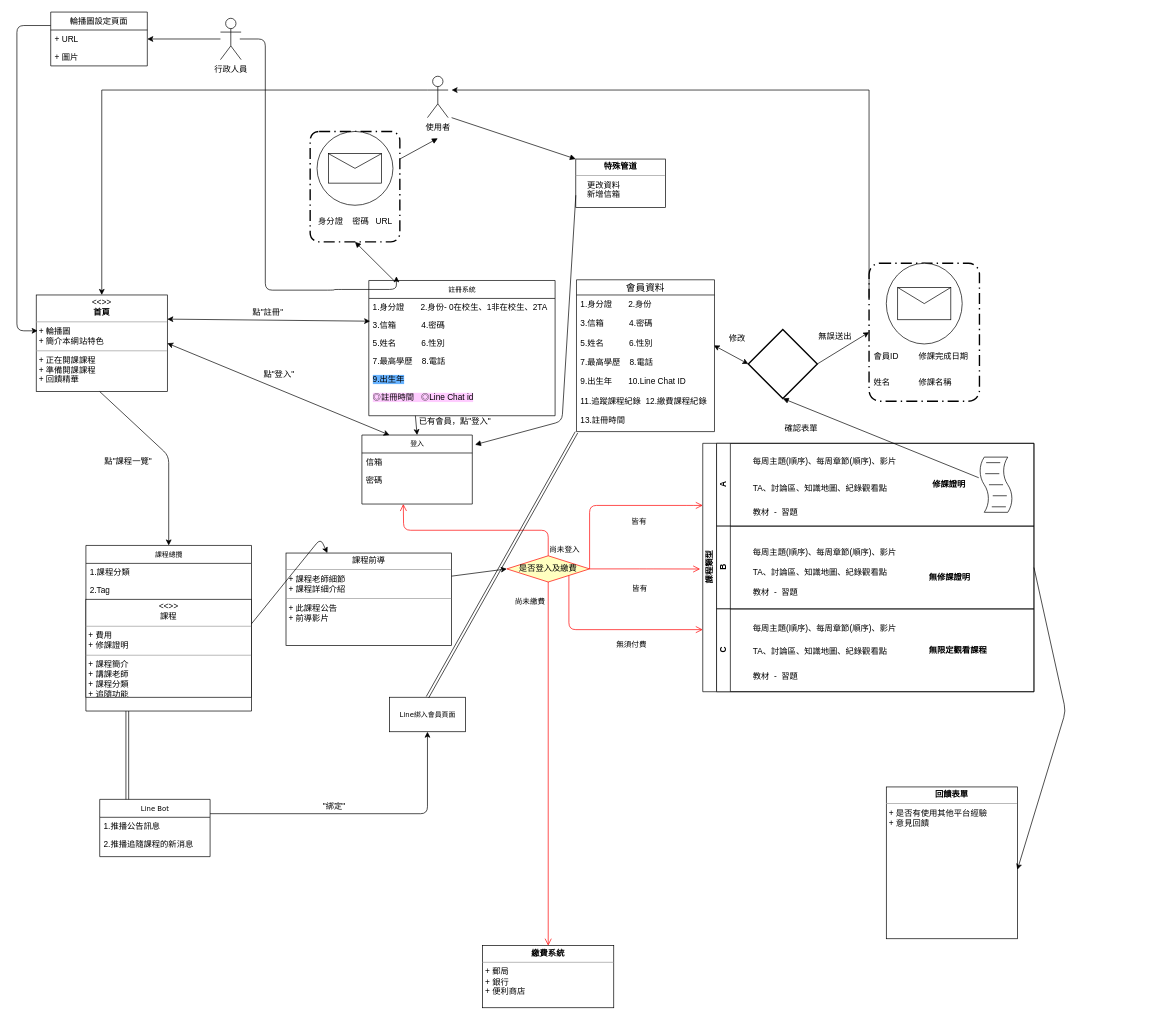
This is nthu_cloud.drawio from bloodangle/fisrt, a draw.io file, before an edit. Source tidied: cells renumbered, new cells numbered last; positions are measured from the earlier drawing's top-left corner, leaving out a move shared by most shapes. Both pictures are drawn from the tidied source at 69%, with x=0, y=0 at pixel (17, 12).
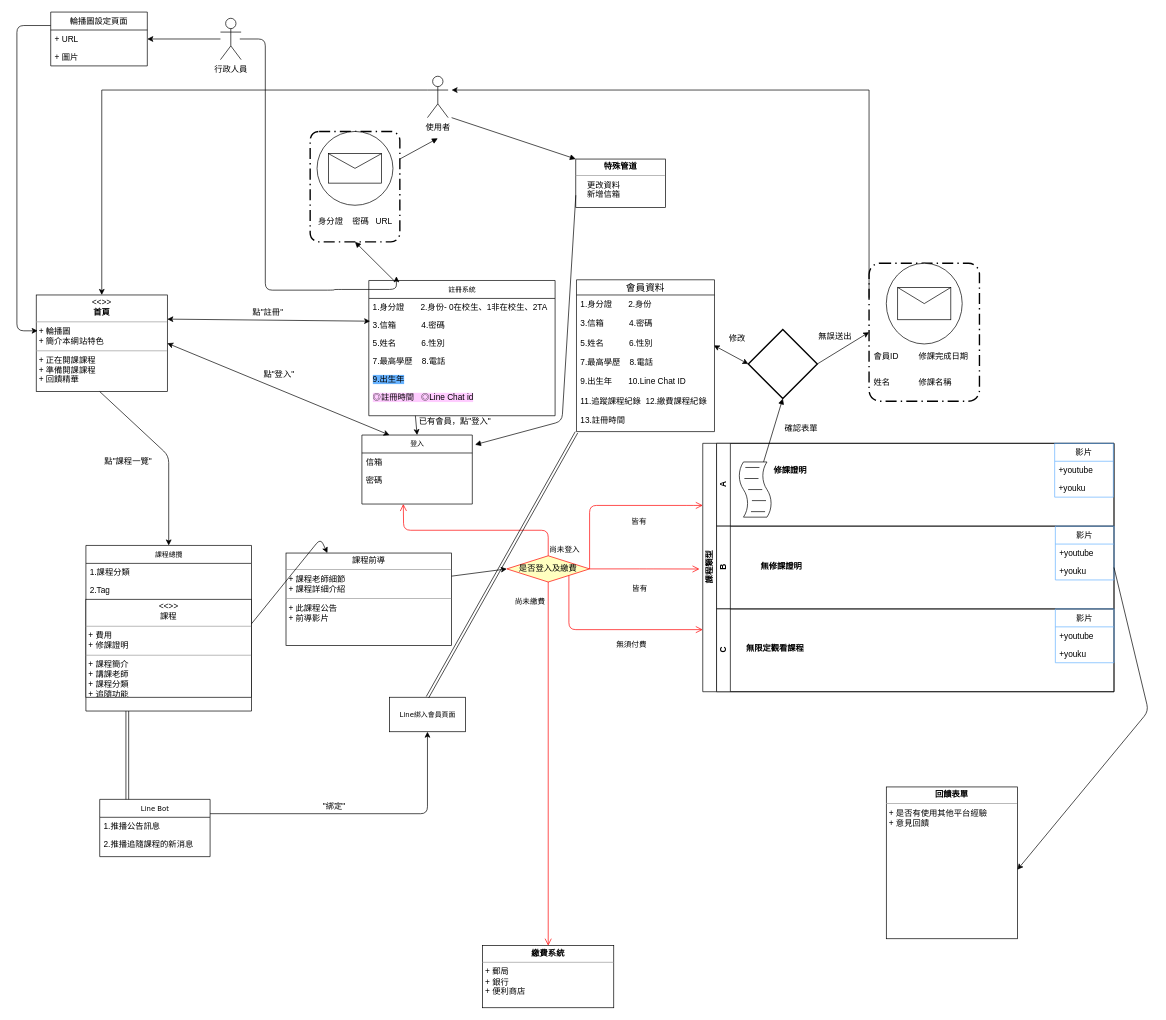
The same diagram, later.

Unchanged cells that the change refers to:
```xml
<mxCell id="16" value="&lt;p style=&quot;margin: 0px ; margin-top: 4px ; text-align: center&quot;&gt;&lt;b&gt;回饋表單&lt;/b&gt;&lt;/p&gt;&lt;hr size=&quot;1&quot;&gt;&lt;p style=&quot;margin: 0px ; margin-left: 4px&quot;&gt;+ 是否有使用其他平台經驗&lt;br&gt;+ 意見回饋&lt;/p&gt;" style="verticalAlign=top;align=left;overflow=fill;fontSize=12;fontFamily=Helvetica;html=1;rounded=0;shadow=0;comic=0;labelBackgroundColor=none;strokeColor=#000000;strokeWidth=1;fillColor=#ffffff;" parent="1" vertex="1">
  <mxGeometry x="1260" y="1123" width="190" height="220" as="geometry" />
</mxCell>
```

Change to the diagram source:
```diff
@@
     <mxCell id="33" value="課程類型&lt;br&gt;" style="swimlane;html=1;horizontal=0;startSize=20;" parent="1" vertex="1">
-      <mxGeometry x="994" y="625" width="480" height="360" as="geometry" />
+      <mxGeometry x="994" y="625" width="596" height="360" as="geometry" />
     </mxCell>
     <mxCell id="34" value="A" style="swimlane;html=1;startSize=20;horizontal=0;" parent="33" vertex="1">
-      <mxGeometry x="20" width="460" height="120" as="geometry" />
+      <mxGeometry x="20" width="576" height="120" as="geometry" />
     </mxCell>
-    <mxCell id="35" value="&lt;span&gt;每周主題(順序)、每周章節(順序)、影片&lt;/span&gt;" style="text;html=1;align=left;verticalAlign=top;spacingTop=-4;" parent="34" vertex="1">
-      <mxGeometry x="51" y="16" width="220" height="20" as="geometry" />
-    </mxCell>
-    <mxCell id="36" value="TA、討論區、知識地圖、紀錄觀看點" style="text;html=1;" parent="34" vertex="1">
-      <mxGeometry x="51" y="51" width="250" height="30" as="geometry" />
-    </mxCell>
-    <mxCell id="37" value="&lt;span&gt;教材&amp;nbsp; -&amp;nbsp; 習題&lt;/span&gt;" style="text;html=1;align=left;verticalAlign=top;spacingTop=-4;" parent="34" vertex="1">
-      <mxGeometry x="51" y="90.5" width="80" height="20" as="geometry" />
-    </mxCell>
     <mxCell id="38" style="shape=mxgraph.bpmn.script_task;html=1;outlineConnect=0;" parent="34" vertex="1">
-      <mxGeometry x="380" y="20" width="50" height="80" as="geometry" />
+      <mxGeometry x="31" y="27" width="50" height="80" as="geometry" />
     </mxCell>
     <mxCell id="39" value="&lt;b&gt;修課證明&lt;/b&gt;" style="text;html=1;align=left;verticalAlign=top;spacingTop=-4;" parent="34" vertex="1">
-      <mxGeometry x="310.5" y="50" width="60" height="20" as="geometry" />
+      <mxGeometry x="81" y="29.5" width="60" height="20" as="geometry" />
     </mxCell>
+    <mxCell id="95" value="影片" style="swimlane;fontStyle=0;horizontal=1;startSize=26;fillColor=none;strokeColor=#66B2FF;" parent="34" vertex="1">
+      <mxGeometry x="490" width="85" height="78" as="geometry" />
+    </mxCell>
+    <mxCell id="96" value="+youtube" style="text;strokeColor=none;fillColor=none;align=left;verticalAlign=top;spacingLeft=4;spacingRight=4;overflow=hidden;" parent="95" vertex="1">
+      <mxGeometry y="26" width="85" height="26" as="geometry" />
+    </mxCell>
+    <mxCell id="97" value="+youku" style="text;strokeColor=none;fillColor=none;align=left;verticalAlign=top;spacingLeft=4;spacingRight=4;overflow=hidden;" parent="95" vertex="1">
+      <mxGeometry y="52" width="85" height="26" as="geometry" />
+    </mxCell>
     <mxCell id="40" value="B&lt;br&gt;" style="swimlane;html=1;startSize=20;horizontal=0;" parent="33" vertex="1">
-      <mxGeometry x="20" y="120" width="460" height="120" as="geometry" />
+      <mxGeometry x="20" y="120" width="576" height="120" as="geometry" />
     </mxCell>
-    <mxCell id="41" value="&lt;span&gt;每周主題(順序)、每周章節(順序)、影片&lt;/span&gt;" style="text;html=1;align=left;verticalAlign=top;spacingTop=-4;" parent="40" vertex="1">
-      <mxGeometry x="51" y="28" width="220" height="20" as="geometry" />
-    </mxCell>
-    <mxCell id="42" value="TA、討論區、知識地圖、紀錄觀看點" style="text;html=1;" parent="40" vertex="1">
-      <mxGeometry x="51" y="54" width="250" height="30" as="geometry" />
-    </mxCell>
-    <mxCell id="43" value="&lt;span&gt;教材&amp;nbsp; -&amp;nbsp; 習題&lt;/span&gt;" style="text;html=1;align=left;verticalAlign=top;spacingTop=-4;" parent="40" vertex="1">
-      <mxGeometry x="51" y="86" width="80" height="20" as="geometry" />
-    </mxCell>
     <mxCell id="44" value="&lt;b&gt;無修課證明&lt;/b&gt;" style="text;html=1;" parent="40" vertex="1">
-      <mxGeometry x="306" y="60" width="70" height="30" as="geometry" />
+      <mxGeometry x="62" y="45" width="70" height="30" as="geometry" />
     </mxCell>
+    <mxCell id="98" value="影片" style="swimlane;fontStyle=0;horizontal=1;startSize=26;fillColor=none;strokeColor=#66B2FF;" parent="40" vertex="1">
+      <mxGeometry x="491" width="85" height="78" as="geometry" />
+    </mxCell>
+    <mxCell id="99" value="+youtube" style="text;strokeColor=none;fillColor=none;align=left;verticalAlign=top;spacingLeft=4;spacingRight=4;overflow=hidden;" parent="98" vertex="1">
+      <mxGeometry y="26" width="85" height="26" as="geometry" />
+    </mxCell>
+    <mxCell id="100" value="+youku" style="text;strokeColor=none;fillColor=none;align=left;verticalAlign=top;spacingLeft=4;spacingRight=4;overflow=hidden;" parent="98" vertex="1">
+      <mxGeometry y="52" width="85" height="26" as="geometry" />
+    </mxCell>
     <mxCell id="45" value="C&lt;br&gt;" style="swimlane;html=1;startSize=20;horizontal=0;" parent="33" vertex="1">
-      <mxGeometry x="20" y="240" width="460" height="120" as="geometry" />
+      <mxGeometry x="20" y="240" width="576" height="120" as="geometry" />
     </mxCell>
-    <mxCell id="46" value="&lt;span&gt;每周主題(順序)、每周章節(順序)、影片&lt;/span&gt;" style="text;html=1;align=left;verticalAlign=top;spacingTop=-4;" parent="45" vertex="1">
-      <mxGeometry x="51" y="18" width="220" height="20" as="geometry" />
-    </mxCell>
-    <mxCell id="47" value="TA、討論區、知識地圖、紀錄觀看點" style="text;html=1;" parent="45" vertex="1">
-      <mxGeometry x="51" y="48" width="250" height="30" as="geometry" />
-    </mxCell>
-    <mxCell id="48" value="&lt;span&gt;教材&amp;nbsp; -&amp;nbsp; 習題&lt;/span&gt;" style="text;html=1;align=left;verticalAlign=top;spacingTop=-4;" parent="45" vertex="1">
-      <mxGeometry x="51" y="88" width="80" height="20" as="geometry" />
-    </mxCell>
     <mxCell id="49" value="&lt;b&gt;無限定觀看課程&lt;/b&gt;" style="text;html=1;align=left;verticalAlign=top;spacingTop=-4;" parent="45" vertex="1">
-      <mxGeometry x="306" y="50" width="100" height="20" as="geometry" />
+      <mxGeometry x="41" y="47" width="100" height="20" as="geometry" />
     </mxCell>
+    <mxCell id="101" value="影片" style="swimlane;fontStyle=0;horizontal=1;startSize=26;fillColor=none;strokeColor=#66B2FF;" parent="45" vertex="1">
+      <mxGeometry x="491" width="85" height="78" as="geometry" />
+    </mxCell>
+    <mxCell id="102" value="+youtube" style="text;strokeColor=none;fillColor=none;align=left;verticalAlign=top;spacingLeft=4;spacingRight=4;overflow=hidden;" parent="101" vertex="1">
+      <mxGeometry y="26" width="85" height="26" as="geometry" />
+    </mxCell>
+    <mxCell id="103" value="+youku" style="text;strokeColor=none;fillColor=none;align=left;verticalAlign=top;spacingLeft=4;spacingRight=4;overflow=hidden;" parent="101" vertex="1">
+      <mxGeometry y="52" width="85" height="26" as="geometry" />
+    </mxCell>
@@
-    <mxCell id="58" style="endArrow=classic;html=1;exitX=1;exitY=0.5;exitDx=0;exitDy=0;entryX=1;entryY=0.545;entryDx=0;entryDy=0;entryPerimeter=0;" parent="1" edge="1" source="40" target="16">
+    <mxCell id="58" style="endArrow=classic;html=1;entryX=1;entryY=0.545;entryDx=0;entryDy=0;entryPerimeter=0;exitX=1;exitY=0.5;exitDx=0;exitDy=0;" parent="1" edge="1" source="40" target="16">
       <mxGeometry relative="1" as="geometry">
         <Array as="points">
-          <mxPoint x="1520" y="1013" />
+          <mxPoint x="1640" y="1013" />
         </Array>
       </mxGeometry>
     </mxCell>
```
